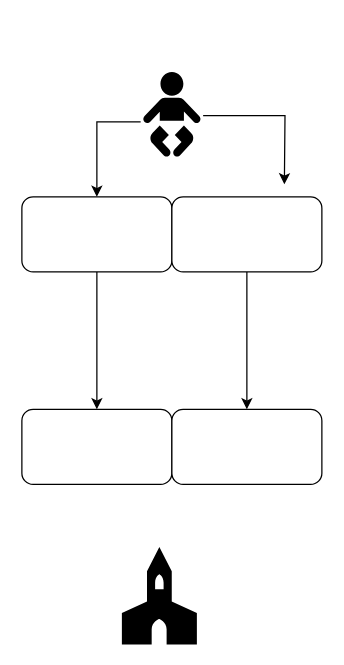
Earlier version of the draw.io diagram ogre/Untitled Diagram.drawio (zuzancek/schemes). Source tidied: cells renumbered, new cells numbered last; positions are measured from the earlier drawing's top-left corner, leaving out a move shared by most shapes. Both pictures are drawn from the tidied source at 125%, with x=0, y=0 at pixel (21, 71).
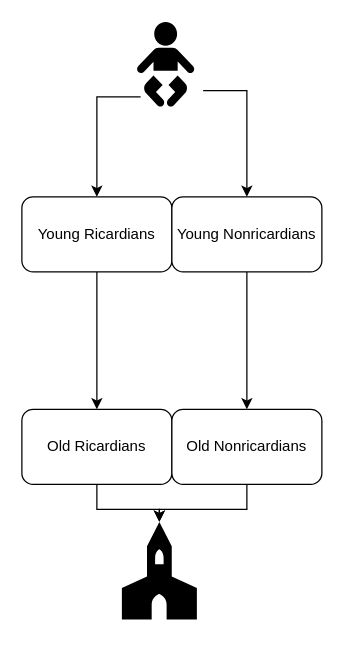
Above is the later version.

Diff of the diagram source:
```diff
@@
 <mxGraphModel>
   <root>
     <mxCell id="0" />
     <mxCell id="1" parent="0" />
     <mxCell id="2" style="edgeStyle=orthogonalEdgeStyle;rounded=0;jettySize=auto;html=1;" parent="1" edge="1" source="3" target="6">
       <mxGeometry relative="1" as="geometry" />
     </mxCell>
-    <mxCell id="3" style="rounded=1;whiteSpace=wrap;html=1;" parent="1" vertex="1">
+    <mxCell id="3" value="Young Ricardians" style="rounded=1;whiteSpace=wrap;html=1;" parent="1" vertex="1">
       <mxGeometry y="100" width="120" height="60" as="geometry" />
     </mxCell>
     <mxCell id="4" style="edgeStyle=orthogonalEdgeStyle;rounded=0;jettySize=auto;html=1;entryX=0.5;entryY=0;entryDx=0;entryDy=0;" parent="1" edge="1" source="5" target="7">
       <mxGeometry relative="1" as="geometry" />
     </mxCell>
-    <mxCell id="5" style="rounded=1;whiteSpace=wrap;html=1;" parent="1" vertex="1">
+    <mxCell id="5" value="Young Nonricardians" style="rounded=1;whiteSpace=wrap;html=1;" parent="1" vertex="1">
       <mxGeometry x="120" y="100" width="120" height="60" as="geometry" />
     </mxCell>
+    <mxCell id="12" style="edgeStyle=orthogonalEdgeStyle;rounded=0;jettySize=auto;html=1;" parent="1" edge="1" source="6" target="11">
+      <mxGeometry relative="1" as="geometry" />
+    </mxCell>
-    <mxCell id="6" style="rounded=1;whiteSpace=wrap;html=1;" parent="1" vertex="1">
+    <mxCell id="6" value="Old Ricardians" style="rounded=1;whiteSpace=wrap;html=1;" parent="1" vertex="1">
       <mxGeometry y="270" width="120" height="60" as="geometry" />
     </mxCell>
+    <mxCell id="13" style="edgeStyle=orthogonalEdgeStyle;rounded=0;jettySize=auto;html=1;" parent="1" edge="1" source="7" target="11">
+      <mxGeometry relative="1" as="geometry" />
+    </mxCell>
-    <mxCell id="7" style="rounded=1;whiteSpace=wrap;html=1;" parent="1" vertex="1">
+    <mxCell id="7" value="Old Nonricardians" style="rounded=1;whiteSpace=wrap;html=1;" parent="1" vertex="1">
       <mxGeometry x="120" y="270" width="120" height="60" as="geometry" />
     </mxCell>
-    <mxCell id="8" style="edgeStyle=orthogonalEdgeStyle;rounded=0;jettySize=auto;html=1;" parent="1" edge="1" source="10">
-      <mxGeometry relative="1" as="geometry">
-        <mxPoint x="210" y="90" as="targetPoint" />
-      </mxGeometry>
-    </mxCell>
-    <mxCell id="9" style="edgeStyle=orthogonalEdgeStyle;rounded=0;jettySize=auto;html=1;" parent="1" edge="1" source="10" target="3">
+    <mxCell id="9" style="edgeStyle=orthogonalEdgeStyle;rounded=0;jettySize=auto;html=1;" parent="1" edge="1" target="3">
       <mxGeometry relative="1" as="geometry">
+        <mxPoint x="95" y="20" as="sourcePoint" />
         <Array as="points">
-          <mxPoint x="60" y="40" />
+          <mxPoint x="60" y="20" />
         </Array>
       </mxGeometry>
     </mxCell>
+    <mxCell id="14" style="edgeStyle=orthogonalEdgeStyle;rounded=0;jettySize=auto;html=1;" parent="1" edge="1" target="5">
+      <mxGeometry relative="1" as="geometry">
+        <mxPoint x="145" y="15" as="sourcePoint" />
+        <Array as="points">
+          <mxPoint x="180" y="15" />
+        </Array>
+      </mxGeometry>
+    </mxCell>
     <mxCell id="10" style="shape=mxgraph.signs.people.baby_1;html=1;fillColor=#000000;strokeColor=none;verticalLabelPosition=bottom;verticalAlign=top;align=center;sketch=0;" parent="1" vertex="1">
-      <mxGeometry x="95" width="50" height="70" as="geometry" />
+      <mxGeometry x="90" y="-40" width="50" height="70" as="geometry" />
     </mxCell>
     <mxCell id="11" style="shape=mxgraph.signs.healthcare.chapel;html=1;fillColor=#000000;strokeColor=none;verticalLabelPosition=bottom;verticalAlign=top;align=center;sketch=0;" parent="1" vertex="1">
-      <mxGeometry x="80" y="380" width="60" height="78" as="geometry" />
+      <mxGeometry x="80" y="360" width="60" height="78" as="geometry" />
     </mxCell>
   </root>
 </mxGraphModel>
```
